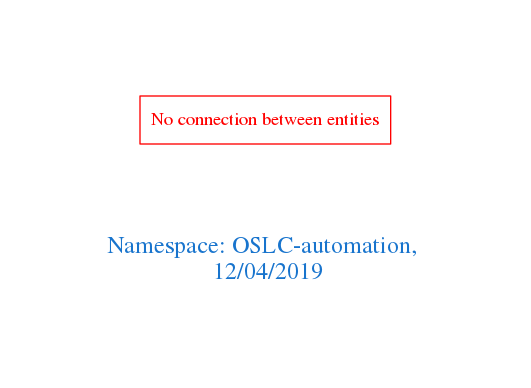
Above: downloads/OSLC-automation.png in arago/OGIT (Graphviz), before the change. Its source is kept beside it as downloads/OSLC-automation.dot. Source of this version:
```dot
digraph OGIT_ontology {
 graph [ rankdir= LR,pad=1
fontsize = 18,
fontcolor= dodgerblue3,label = "\n\n\nNamespace: OSLC-automation, \n 12/04/2019"];
node[shape=polygon];
edge [  color="gray81"];

"No connection between entities" [fontcolor = "red",color="red", shape="polygon"]
}
```
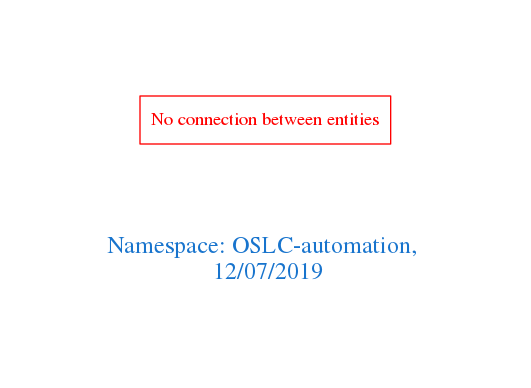
The same diagram one commit later.

What changed in the source:
```diff
@@ -1,7 +1,7 @@
 digraph OGIT_ontology {
  graph [ rankdir= LR,pad=1
 fontsize = 18,
-fontcolor= dodgerblue3,label = "\n\n\nNamespace: OSLC-automation, \n 12/04/2019"];
+fontcolor= dodgerblue3,label = "\n\n\nNamespace: OSLC-automation, \n 12/07/2019"];
 node[shape=polygon];
 edge [  color="gray81"];
 
```
